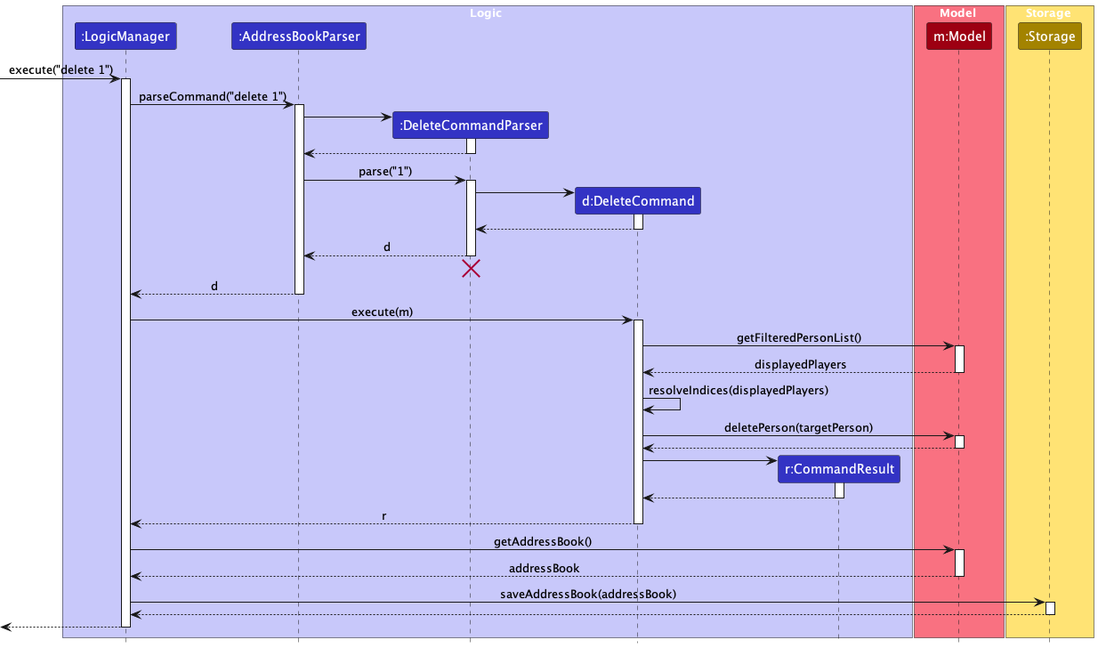
AY2627S1-CS2103T-F11-3/tp keeps this PlantUML diagram as docs/images/DeleteSequenceDiagram.png. Above is the earlier version.
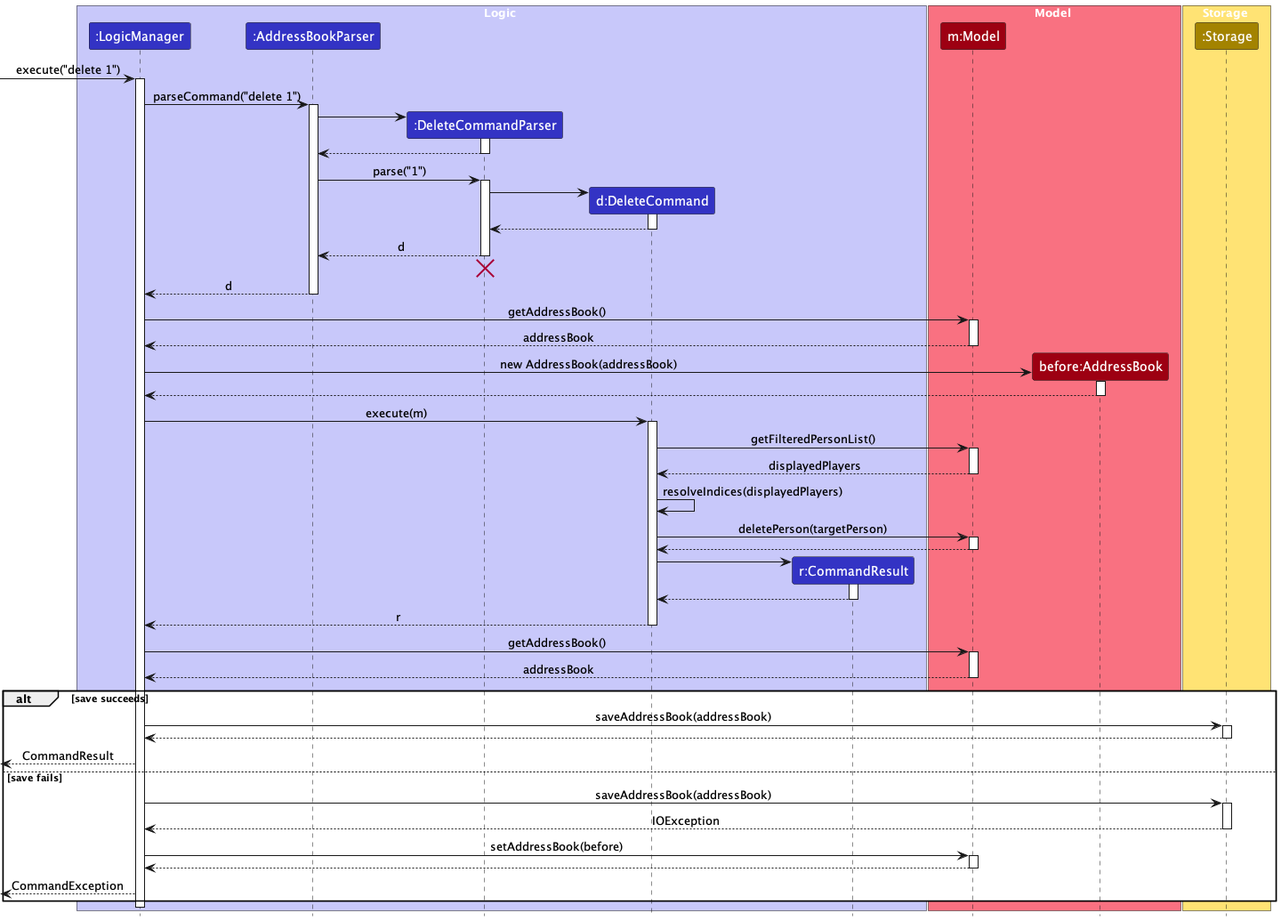
Later version of the same file.

Commit message:
Document command rollback in delete sequence

Change to the diagram source:
```diff
@@ -12,6 +12,7 @@
 
 box Model MODEL_COLOR_T1
 participant "m:Model" as Model MODEL_COLOR
+participant "before:AddressBook" as AddressBookBefore MODEL_COLOR
 end box
 
 box Storage STORAGE_COLOR_T1
@@ -49,6 +50,19 @@
 AddressBookParser --> LogicManager : d
 deactivate AddressBookParser
 
+LogicManager -> Model : getAddressBook()
+activate Model
+
+Model --> LogicManager : addressBook
+deactivate Model
+
+create AddressBookBefore
+LogicManager -> AddressBookBefore : new AddressBook(addressBook)
+activate AddressBookBefore
+
+AddressBookBefore --> LogicManager
+deactivate AddressBookBefore
+
 LogicManager -> DeleteCommand : execute(m)
 activate DeleteCommand
 
@@ -82,12 +96,26 @@
 Model --> LogicManager : addressBook
 deactivate Model
 
-LogicManager -> Storage : saveAddressBook(addressBook)
-activate Storage
+alt save succeeds
+    LogicManager -> Storage : saveAddressBook(addressBook)
+    activate Storage
 
-Storage --> LogicManager
-deactivate Storage
+    Storage --> LogicManager
+    deactivate Storage
+    [<--LogicManager : CommandResult
+else save fails
+    LogicManager -> Storage : saveAddressBook(addressBook)
+    activate Storage
 
-[<--LogicManager
+    Storage --> LogicManager : IOException
+    deactivate Storage
+    LogicManager -> Model : setAddressBook(before)
+    activate Model
+
+    Model --> LogicManager
+    deactivate Model
+    [<--LogicManager : CommandException
+end
+
 deactivate LogicManager
 @enduml
```
